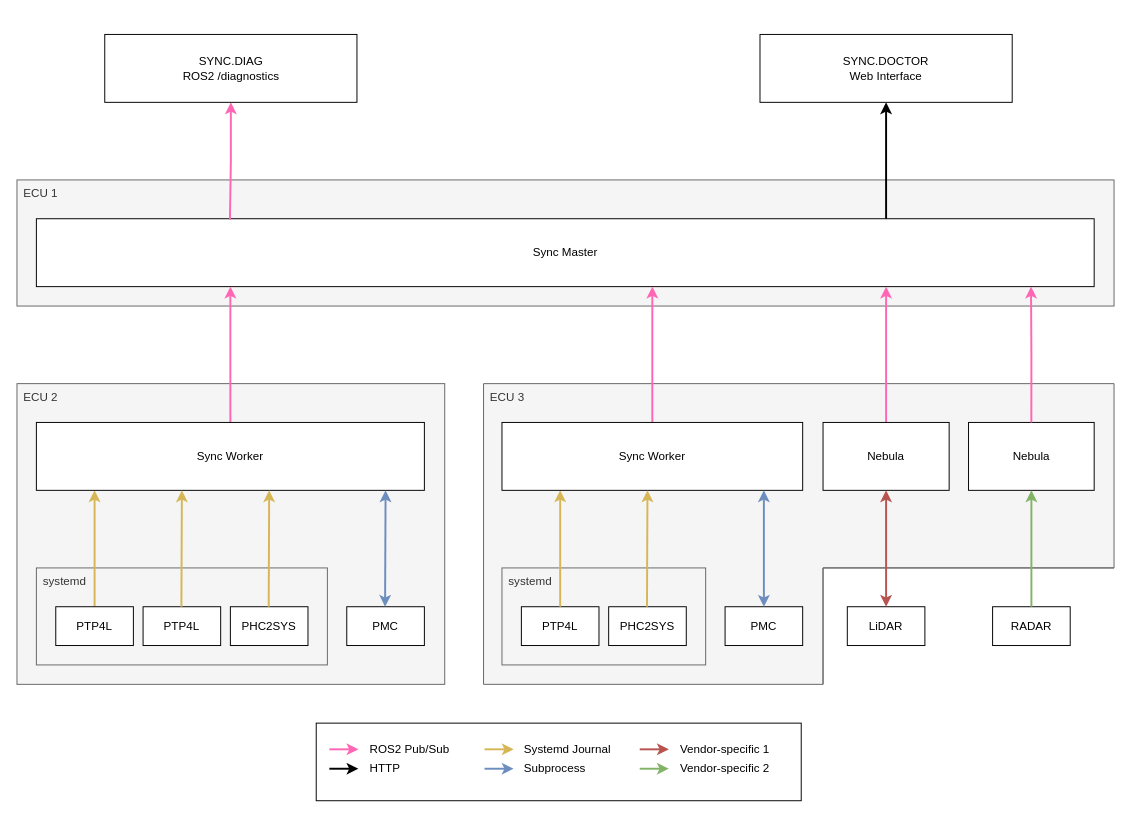
tier4/sync_tooling keeps this draw.io diagram as page "Diagnostics [Architecture]" (4 of 4) of docs/img/sync_tooling.drawio. Above is the earlier version. Source tidied: cells renumbered, new cells numbered last; positions are measured from the earlier drawing's top-left corner, leaving out a move shared by most shapes. Both pictures are drawn from the tidied source at 97%, with x=0, y=0 at pixel (16, 34).
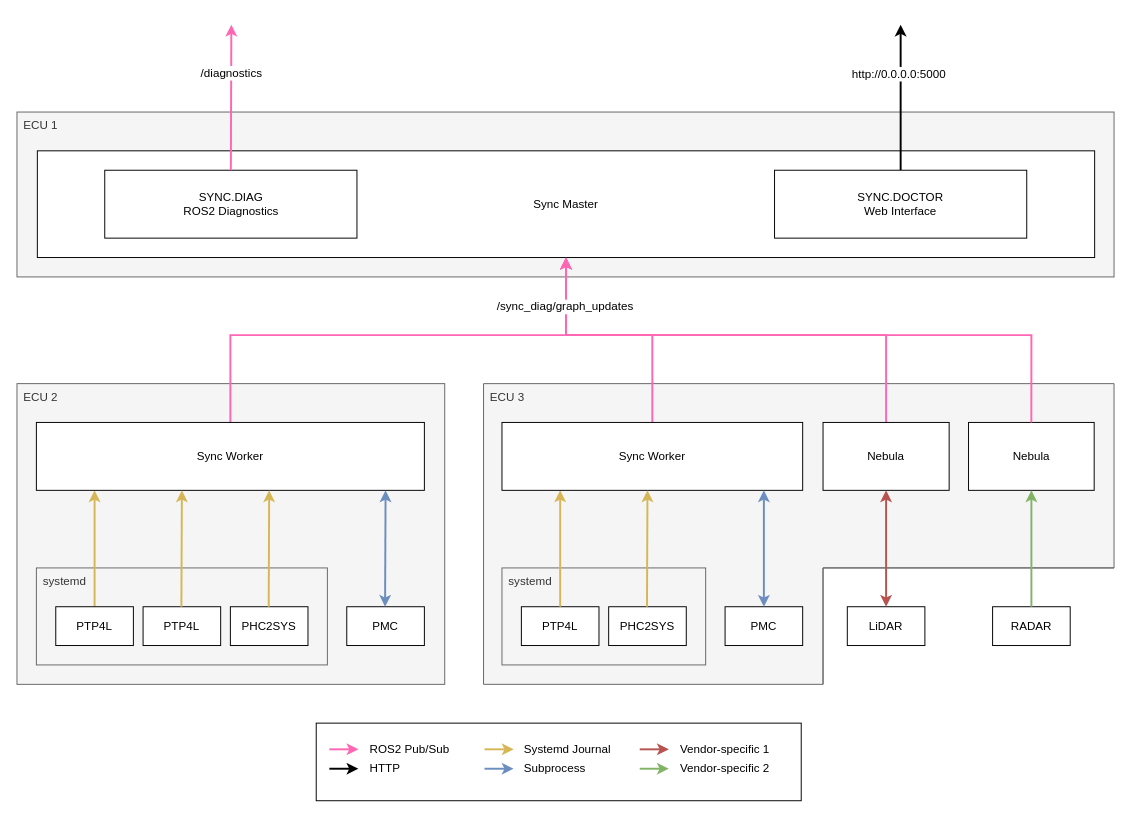
The same diagram, later.

The change refers to these unchanged cells:
```xml
<mxCell id="17" value="Sync Worker" style="rounded=0;whiteSpace=wrap;html=1;" parent="1" vertex="1">
  <mxGeometry x="20" y="400" width="400" height="70" as="geometry" />
</mxCell>
<mxCell id="23" value="Sync Worker" style="rounded=0;whiteSpace=wrap;html=1;" parent="1" vertex="1">
  <mxGeometry x="500" y="400" width="310" height="70" as="geometry" />
</mxCell>
<mxCell id="27" value="Nebula" style="rounded=0;whiteSpace=wrap;html=1;" parent="1" vertex="1">
  <mxGeometry x="831" y="400" width="130" height="70" as="geometry" />
</mxCell>
<mxCell id="30" value="Nebula" style="rounded=0;whiteSpace=wrap;html=1;" parent="1" vertex="1">
  <mxGeometry x="981" y="400" width="129.5" height="70" as="geometry" />
</mxCell>
```

What changed in the source:
```diff
@@
     <mxCell id="3" value="ECU 1" style="rounded=0;whiteSpace=wrap;html=1;fillColor=#f5f5f5;strokeColor=#666666;fillStyle=auto;spacingLeft=5;verticalAlign=top;align=left;fontColor=#333333;" parent="1" vertex="1">
-      <mxGeometry y="150" width="1131" height="130" as="geometry" />
+      <mxGeometry y="80" width="1131" height="170" as="geometry" />
     </mxCell>
     <mxCell id="4" value="Sync Master" style="rounded=0;whiteSpace=wrap;html=1;" parent="1" vertex="1">
-      <mxGeometry x="20" y="190" width="1090.5" height="70" as="geometry" />
+      <mxGeometry x="21" y="120" width="1090" height="110" as="geometry" />
     </mxCell>
@@
-    <mxCell id="16" style="edgeStyle=orthogonalEdgeStyle;rounded=0;jettySize=auto;html=1;exitX=0.5;exitY=0;exitDx=0;exitDy=0;strokeWidth=2;strokeColor=#FF66B3;" parent="1" edge="1" source="17">
+    <mxCell id="16" style="edgeStyle=orthogonalEdgeStyle;rounded=0;jettySize=auto;html=1;exitX=0.5;exitY=0;exitDx=0;exitDy=0;strokeWidth=2;strokeColor=#FF66B3;entryX=0.5;entryY=1;entryDx=0;entryDy=0;" parent="1" edge="1" source="17" target="4">
       <mxGeometry relative="1" as="geometry">
-        <mxPoint x="220" y="260" as="targetPoint" />
+        <Array as="points">
+          <mxPoint x="220" y="310" />
+          <mxPoint x="566" y="310" />
+        </Array>
       </mxGeometry>
     </mxCell>
@@
-    <mxCell id="22" style="edgeStyle=orthogonalEdgeStyle;rounded=0;jettySize=auto;html=1;exitX=0.5;exitY=0;exitDx=0;exitDy=0;strokeWidth=2;strokeColor=#FF66B3;" parent="1" edge="1" source="23">
+    <mxCell id="22" style="edgeStyle=orthogonalEdgeStyle;rounded=0;jettySize=auto;html=1;exitX=0.5;exitY=0;exitDx=0;exitDy=0;strokeWidth=2;strokeColor=#FF66B3;entryX=0.5;entryY=1;entryDx=0;entryDy=0;" parent="1" edge="1" source="23" target="4">
       <mxGeometry relative="1" as="geometry">
-        <mxPoint x="655" y="260" as="targetPoint" />
+        <Array as="points">
+          <mxPoint x="655" y="310" />
+          <mxPoint x="566" y="310" />
+        </Array>
       </mxGeometry>
     </mxCell>
@@
-    <mxCell id="26" style="edgeStyle=orthogonalEdgeStyle;rounded=0;jettySize=auto;html=1;exitX=0.5;exitY=0;exitDx=0;exitDy=0;strokeWidth=2;strokeColor=#FF66B3;" parent="1" edge="1" source="27">
+    <mxCell id="26" style="edgeStyle=orthogonalEdgeStyle;rounded=0;jettySize=auto;html=1;exitX=0.5;exitY=0;exitDx=0;exitDy=0;strokeWidth=2;strokeColor=#FF66B3;entryX=0.5;entryY=1;entryDx=0;entryDy=0;" parent="1" edge="1" source="27" target="4">
       <mxGeometry relative="1" as="geometry">
-        <mxPoint x="896" y="260" as="targetPoint" />
+        <Array as="points">
+          <mxPoint x="896" y="310" />
+          <mxPoint x="566" y="310" />
+        </Array>
       </mxGeometry>
     </mxCell>
@@
-    <mxCell id="28" style="edgeStyle=orthogonalEdgeStyle;rounded=0;jettySize=auto;html=1;exitX=0.5;exitY=1;exitDx=0;exitDy=0;startArrow=classic;startFill=1;endArrow=none;strokeWidth=2;fillColor=#d80073;strokeColor=#FF66B3;entryX=0.183;entryY=0.014;entryDx=0;entryDy=0;entryPerimeter=0;" parent="1" edge="1" source="29" target="4">
-      <mxGeometry relative="1" as="geometry" />
-    </mxCell>
-    <mxCell id="29" value="SYNC.DIAG&lt;br&gt;ROS2 /diagnostics" style="rounded=0;whiteSpace=wrap;html=1;" parent="1" vertex="1">
-      <mxGeometry x="90.5" width="260" height="70" as="geometry" />
+    <mxCell id="29" value="SYNC.DIAG&lt;br&gt;ROS2 Diagnostics" style="rounded=0;whiteSpace=wrap;html=1;" parent="1" vertex="1">
+      <mxGeometry x="90.5" y="140" width="260" height="70" as="geometry" />
     </mxCell>
@@
-    <mxCell id="31" style="edgeStyle=orthogonalEdgeStyle;rounded=0;jettySize=auto;html=1;strokeWidth=2;exitX=0.5;exitY=0;exitDx=0;exitDy=0;strokeColor=#FF66B3;" parent="1" edge="1" source="30">
+    <mxCell id="31" style="edgeStyle=orthogonalEdgeStyle;rounded=0;jettySize=auto;html=1;strokeWidth=2;exitX=0.5;exitY=0;exitDx=0;exitDy=0;strokeColor=#FF66B3;entryX=0.5;entryY=1;entryDx=0;entryDy=0;" parent="1" edge="1" source="30" target="4">
       <mxGeometry relative="1" as="geometry">
-        <mxPoint x="1045.4" y="260" as="targetPoint" />
+        <Array as="points">
+          <mxPoint x="1046" y="310" />
+          <mxPoint x="566" y="310" />
+        </Array>
       </mxGeometry>
     </mxCell>
+    <mxCell id="53" value="/sync_diag/graph_updates" style="edgeLabel;html=1;align=center;verticalAlign=middle;fontSize=12;" parent="31" vertex="1">
+      <mxGeometry x="0.38" relative="1" as="geometry">
+        <mxPoint x="-123" y="-30" as="offset" />
+      </mxGeometry>
+    </mxCell>
@@
-    <mxCell id="37" style="edgeStyle=orthogonalEdgeStyle;rounded=0;jettySize=auto;html=1;exitX=0.5;exitY=1;exitDx=0;exitDy=0;startArrow=classic;startFill=1;endArrow=none;strokeWidth=2;" parent="1" edge="1" source="38">
-      <mxGeometry relative="1" as="geometry">
-        <mxPoint x="896" y="190" as="targetPoint" />
-      </mxGeometry>
-    </mxCell>
+    <mxCell id="54" style="edgeStyle=none;html=1;exitX=0.5;exitY=0;exitDx=0;exitDy=0;strokeWidth=2;" parent="1" edge="1" source="38">
+      <mxGeometry relative="1" as="geometry">
+        <mxPoint x="911" y="-10" as="targetPoint" />
+      </mxGeometry>
+    </mxCell>
+    <mxCell id="55" value="http://0.0.0.0:5000" style="edgeLabel;html=1;align=center;verticalAlign=middle;fontSize=12;" parent="54" vertex="1">
+      <mxGeometry x="0.21" y="3" relative="1" as="geometry">
+        <mxPoint y="-9" as="offset" />
+      </mxGeometry>
+    </mxCell>
     <mxCell id="38" value="SYNC.DOCTOR&lt;br&gt;Web Interface" style="rounded=0;whiteSpace=wrap;html=1;" parent="1" vertex="1">
-      <mxGeometry x="766" width="260" height="70" as="geometry" />
+      <mxGeometry x="781" y="140" width="260" height="70" as="geometry" />
     </mxCell>
@@
+    <mxCell id="56" style="rounded=0;jettySize=auto;html=1;strokeWidth=2;strokeColor=#FF66B3;exitX=0.5;exitY=0;exitDx=0;exitDy=0;" parent="1" edge="1" source="29">
+      <mxGeometry relative="1" as="geometry">
+        <mxPoint x="221" y="-10" as="targetPoint" />
+      </mxGeometry>
+    </mxCell>
+    <mxCell id="57" value="/diagnostics" style="edgeLabel;html=1;align=center;verticalAlign=middle;fontSize=12;" parent="56" vertex="1">
+      <mxGeometry x="0.02" y="-2" relative="1" as="geometry">
+        <mxPoint x="-2" y="-24" as="offset" />
+      </mxGeometry>
+    </mxCell>
```
